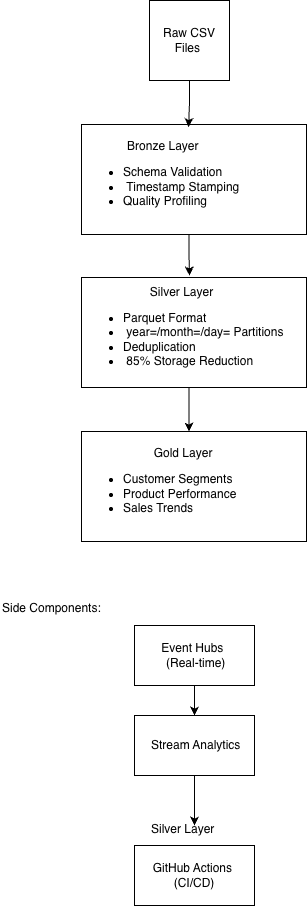
CMWang-engineer/ecommerce-data-platform keeps this draw.io diagram as visualizations/architecture-diagram.png. Above is the earlier version. Source tidied: cells renumbered, new cells last; positions are measured from the earlier drawing's top-left corner, leaving out a move shared by most shapes.
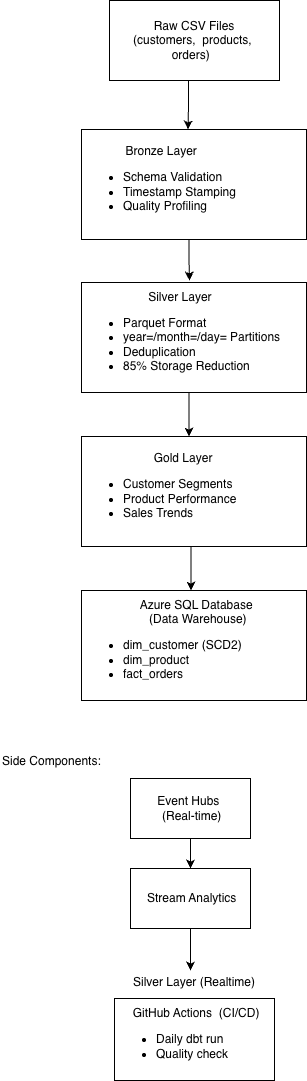
The same diagram one commit later.

The edit, as a diff of the source:
```diff
@@ -2,16 +2,13 @@
   <root>
     <mxCell id="0" />
     <mxCell id="1" parent="0" />
-    <mxCell id="2" value="Raw CSV&lt;div&gt;Files&amp;nbsp;&lt;/div&gt;" style="whiteSpace=wrap;html=1;flipV=1;legacyAnchorPoints=0;" parent="1" vertex="1">
-      <mxGeometry x="149" width="80" height="80" as="geometry" />
-    </mxCell>
     <mxCell id="3" style="edgeStyle=orthogonalEdgeStyle;rounded=0;orthogonalLoop=1;jettySize=auto;html=1;exitX=0.5;exitY=0;exitDx=0;exitDy=0;" parent="1" edge="1">
       <mxGeometry relative="1" as="geometry">
         <mxPoint x="188.5" y="234" as="sourcePoint" />
         <mxPoint x="189" y="275" as="targetPoint" />
       </mxGeometry>
     </mxCell>
-    <mxCell id="4" value="&lt;div style=&quot;text-align: center;&quot;&gt;&lt;span style=&quot;background-color: transparent; color: light-dark(rgb(0, 0, 0), rgb(255, 255, 255));&quot;&gt;Bronze Layer&lt;/span&gt;&lt;/div&gt;&lt;div&gt;&lt;ul&gt;&lt;li&gt;Schema Validation&amp;nbsp;&lt;/li&gt;&lt;li&gt;&amp;nbsp;Timestamp Stamping&amp;nbsp;&lt;/li&gt;&lt;li&gt;Quality Profiling&lt;/li&gt;&lt;/ul&gt;&lt;/div&gt;" style="rounded=0;whiteSpace=wrap;html=1;align=left;flipH=1;legacyAnchorPoints=0;flipV=1;" parent="1" vertex="1">
+    <mxCell id="4" value="&lt;div style=&quot;text-align: center;&quot;&gt;&lt;span style=&quot;background-color: transparent; color: light-dark(rgb(0, 0, 0), rgb(255, 255, 255));&quot;&gt;Bronze Layer&lt;/span&gt;&lt;/div&gt;&lt;div&gt;&lt;ul&gt;&lt;li&gt;Schema Validation&amp;nbsp;&lt;/li&gt;&lt;li&gt;Timestamp Stamping&amp;nbsp;&lt;/li&gt;&lt;li&gt;Quality Profiling&lt;/li&gt;&lt;/ul&gt;&lt;/div&gt;" style="rounded=0;whiteSpace=wrap;html=1;align=left;flipH=1;legacyAnchorPoints=0;flipV=1;" parent="1" vertex="1">
       <mxGeometry x="81" y="124" width="225" height="110" as="geometry" />
     </mxCell>
     <mxCell id="5" style="edgeStyle=orthogonalEdgeStyle;rounded=0;orthogonalLoop=1;jettySize=auto;html=1;exitX=0.5;exitY=0;exitDx=0;exitDy=0;entryX=0.5;entryY=1;entryDx=0;entryDy=0;" parent="1" edge="1">
@@ -20,35 +17,52 @@
         <mxPoint x="188.5" y="431" as="targetPoint" />
       </mxGeometry>
     </mxCell>
-    <mxCell id="6" value="&lt;div style=&quot;text-align: center;&quot;&gt;Silver Layer&amp;nbsp;&lt;/div&gt;&lt;div style=&quot;&quot;&gt;&lt;ul&gt;&lt;li&gt;Parquet Format&amp;nbsp;&lt;/li&gt;&lt;li&gt;&amp;nbsp;year=/month=/day= Partitions&lt;/li&gt;&lt;li&gt;Deduplication&lt;/li&gt;&lt;li&gt;&amp;nbsp;85% Storage Reduction&lt;/li&gt;&lt;/ul&gt;&lt;/div&gt;" style="rounded=0;whiteSpace=wrap;html=1;align=left;flipH=1;legacyAnchorPoints=0;flipV=1;" parent="1" vertex="1">
+    <mxCell id="6" value="&lt;div style=&quot;text-align: center;&quot;&gt;Silver Layer&amp;nbsp;&lt;/div&gt;&lt;div style=&quot;&quot;&gt;&lt;ul&gt;&lt;li&gt;Parquet Format&amp;nbsp;&lt;/li&gt;&lt;li&gt;year=/month=/day= Partitions&lt;/li&gt;&lt;li&gt;Deduplication&lt;/li&gt;&lt;li&gt;85% Storage Reduction&lt;/li&gt;&lt;/ul&gt;&lt;/div&gt;" style="rounded=0;whiteSpace=wrap;html=1;align=left;flipH=1;legacyAnchorPoints=0;flipV=1;" parent="1" vertex="1">
       <mxGeometry x="81" y="277" width="225" height="110" as="geometry" />
     </mxCell>
+    <mxCell id="16" style="edgeStyle=orthogonalEdgeStyle;rounded=0;orthogonalLoop=1;jettySize=auto;html=1;exitX=0.5;exitY=0;exitDx=0;exitDy=0;entryX=0.5;entryY=1;entryDx=0;entryDy=0;" parent="1" edge="1">
+      <mxGeometry relative="1" as="geometry">
+        <mxPoint x="190.5" y="541" as="sourcePoint" />
+        <mxPoint x="190.5" y="585" as="targetPoint" />
+      </mxGeometry>
+    </mxCell>
     <mxCell id="7" value="&lt;div style=&quot;text-align: center;&quot;&gt;&amp;nbsp; &amp;nbsp; &amp;nbsp; &amp;nbsp; &amp;nbsp; &amp;nbsp; &amp;nbsp; Gold Layer&lt;/div&gt;&lt;div style=&quot;&quot;&gt;&lt;ul&gt;&lt;li&gt;Customer Segments&lt;/li&gt;&lt;li&gt;Product Performance&lt;/li&gt;&lt;li&gt;Sales Trends&lt;/li&gt;&lt;/ul&gt;&lt;/div&gt;" style="rounded=0;whiteSpace=wrap;html=1;align=left;flipH=1;legacyAnchorPoints=0;flipV=1;" parent="1" vertex="1">
       <mxGeometry x="81" y="431" width="225" height="110" as="geometry" />
     </mxCell>
-    <mxCell id="8" style="edgeStyle=orthogonalEdgeStyle;rounded=0;jettySize=auto;html=1;exitX=0.5;exitY=0;exitDx=0;exitDy=0;entryX=0.524;entryY=0.977;entryDx=0;entryDy=0;entryPerimeter=0;" parent="1" edge="1" source="2" target="4">
-      <mxGeometry relative="1" as="geometry" />
-    </mxCell>
     <mxCell id="9" value="Side Components:" style="text;whiteSpace=wrap;html=1;" parent="1" vertex="1">
-      <mxGeometry y="594" width="130" height="40" as="geometry" />
+      <mxGeometry y="742" width="130" height="40" as="geometry" />
     </mxCell>
     <mxCell id="10" style="edgeStyle=orthogonalEdgeStyle;rounded=0;jettySize=auto;html=1;exitX=0.5;exitY=1;exitDx=0;exitDy=0;" parent="1" edge="1" source="11" target="12">
       <mxGeometry relative="1" as="geometry" />
     </mxCell>
     <mxCell id="11" value="Event Hubs&amp;nbsp;&lt;div&gt;&amp;nbsp;(Real-time)&lt;/div&gt;" style="rounded=0;whiteSpace=wrap;html=1;" parent="1" vertex="1">
-      <mxGeometry x="134" y="625" width="120" height="60" as="geometry" />
+      <mxGeometry x="130" y="773" width="120" height="60" as="geometry" />
     </mxCell>
     <mxCell id="12" value="&amp;nbsp;Stream Analytics" style="rounded=0;whiteSpace=wrap;html=1;" parent="1" vertex="1">
-      <mxGeometry x="134" y="715" width="120" height="60" as="geometry" />
+      <mxGeometry x="130" y="863" width="120" height="60" as="geometry" />
     </mxCell>
-    <mxCell id="13" value="Silver Layer" style="text;whiteSpace=wrap;html=1;" parent="1" vertex="1">
-      <mxGeometry x="149" y="815" width="100" height="40" as="geometry" />
+    <mxCell id="13" value="Silver Layer (Realtime)" style="text;whiteSpace=wrap;html=1;" parent="1" vertex="1">
+      <mxGeometry x="131" y="963" width="131" height="42" as="geometry" />
     </mxCell>
-    <mxCell id="14" value="GitHub Actions&amp;nbsp; (CI/CD)" style="rounded=0;whiteSpace=wrap;html=1;" parent="1" vertex="1">
-      <mxGeometry x="134" y="845" width="120" height="60" as="geometry" />
+    <mxCell id="14" value="&amp;nbsp; &amp;nbsp; &amp;nbsp;GitHub Actions&amp;nbsp; (CI/CD)&lt;div&gt;&lt;ul&gt;&lt;li&gt;Daily dbt run&amp;nbsp;&lt;/li&gt;&lt;li&gt;Quality check&lt;/li&gt;&lt;/ul&gt;&lt;/div&gt;" style="rounded=0;whiteSpace=wrap;html=1;align=left;" parent="1" vertex="1">
+      <mxGeometry x="114" y="993" width="160" height="82" as="geometry" />
     </mxCell>
-    <mxCell id="15" style="edgeStyle=orthogonalEdgeStyle;rounded=0;jettySize=auto;html=1;exitX=0.5;exitY=1;exitDx=0;exitDy=0;entryX=0.45;entryY=0.25;entryDx=0;entryDy=0;entryPerimeter=0;" parent="1" edge="1" source="12" target="13">
-      <mxGeometry relative="1" as="geometry" />
+    <mxCell id="15" style="edgeStyle=orthogonalEdgeStyle;rounded=0;jettySize=auto;html=1;exitX=0.5;exitY=1;exitDx=0;exitDy=0;" parent="1" edge="1" source="12">
+      <mxGeometry relative="1" as="geometry">
+        <mxPoint x="190" y="965" as="targetPoint" />
+      </mxGeometry>
     </mxCell>
+    <mxCell id="17" style="edgeStyle=orthogonalEdgeStyle;rounded=0;orthogonalLoop=1;jettySize=auto;html=1;exitX=0.5;exitY=1;exitDx=0;exitDy=0;entryX=0.5;entryY=1;entryDx=0;entryDy=0;" parent="1" edge="1">
+      <mxGeometry relative="1" as="geometry">
+        <mxPoint x="188" y="75" as="sourcePoint" />
+        <mxPoint x="187.5" y="124" as="targetPoint" />
+      </mxGeometry>
+    </mxCell>
+    <mxCell id="18" value="Raw CSV Files&lt;div&gt;(customers, &lt;span style=&quot;background-color: transparent; color: light-dark(rgb(0, 0, 0), rgb(255, 255, 255));&quot;&gt;&amp;nbsp;products,&amp;nbsp;&lt;/span&gt;&lt;/div&gt;&lt;div&gt;&lt;span style=&quot;background-color: transparent; color: light-dark(rgb(0, 0, 0), rgb(255, 255, 255));&quot;&gt;orders)&amp;nbsp;&amp;nbsp;&lt;/span&gt;&lt;/div&gt;" style="rounded=0;whiteSpace=wrap;html=1;" parent="1" vertex="1">
+      <mxGeometry x="109" y="-5" width="170" height="80" as="geometry" />
+    </mxCell>
+    <mxCell id="19" value="&lt;blockquote style=&quot;margin: 0 0 0 40px; border: none; padding: 0px;&quot;&gt;&lt;div style=&quot;&quot;&gt;&amp;nbsp; &amp;nbsp; &amp;nbsp;Azure SQL Database&amp;nbsp;&lt;/div&gt;&lt;/blockquote&gt;&lt;div style=&quot;text-align: center;&quot;&gt;&amp;nbsp; &amp;nbsp; &amp;nbsp; &amp;nbsp; &amp;nbsp; &amp;nbsp; &amp;nbsp; &amp;nbsp; &amp;nbsp; (Data Warehouse)&amp;nbsp;&lt;/div&gt;&lt;div style=&quot;text-align: center;&quot;&gt;&lt;ul style=&quot;text-align: left;&quot;&gt;&lt;li&gt;dim_customer (SCD2)&amp;nbsp;&lt;/li&gt;&lt;li&gt;dim_product&amp;nbsp;&lt;/li&gt;&lt;li&gt;fact_orders&amp;nbsp;&lt;/li&gt;&lt;/ul&gt;&lt;/div&gt;" style="rounded=0;whiteSpace=wrap;html=1;align=left;flipH=1;legacyAnchorPoints=0;flipV=1;" parent="1" vertex="1">
+      <mxGeometry x="81" y="585" width="225" height="110" as="geometry" />
+    </mxCell>
   </root>
 </mxGraphModel>
```
